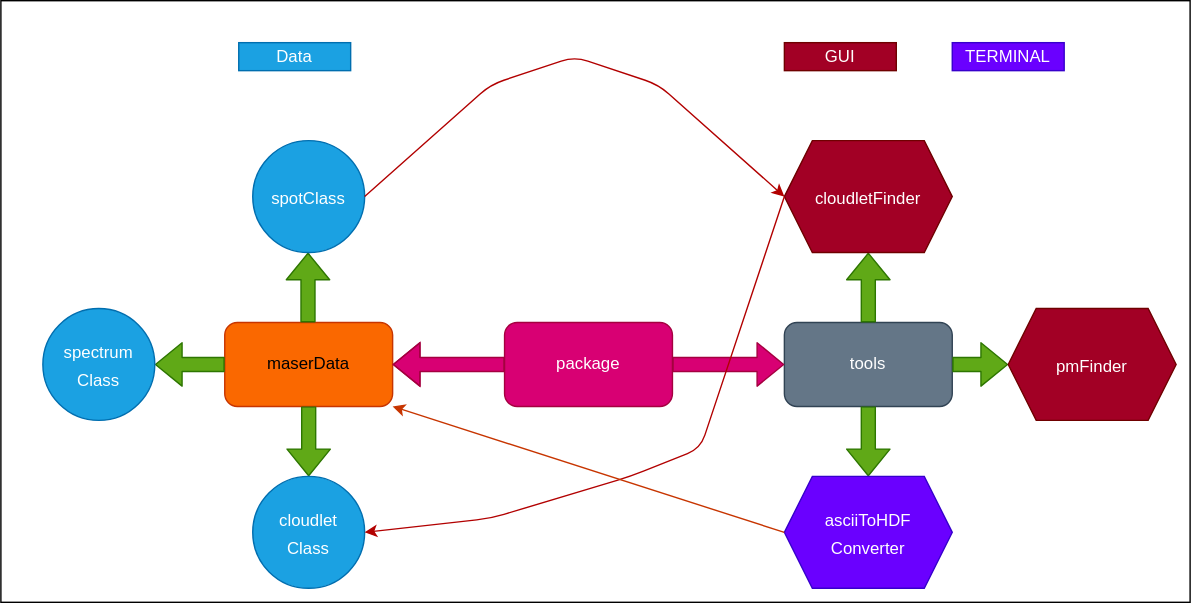
Before: diagram.drawio.svg, a diagram exported from draw.io (dachshund-ncu/maserVlbi). Source tidied: cells renumbered, new cells last; positions are measured from the earlier drawing's top-left corner, leaving out a move shared by most shapes.
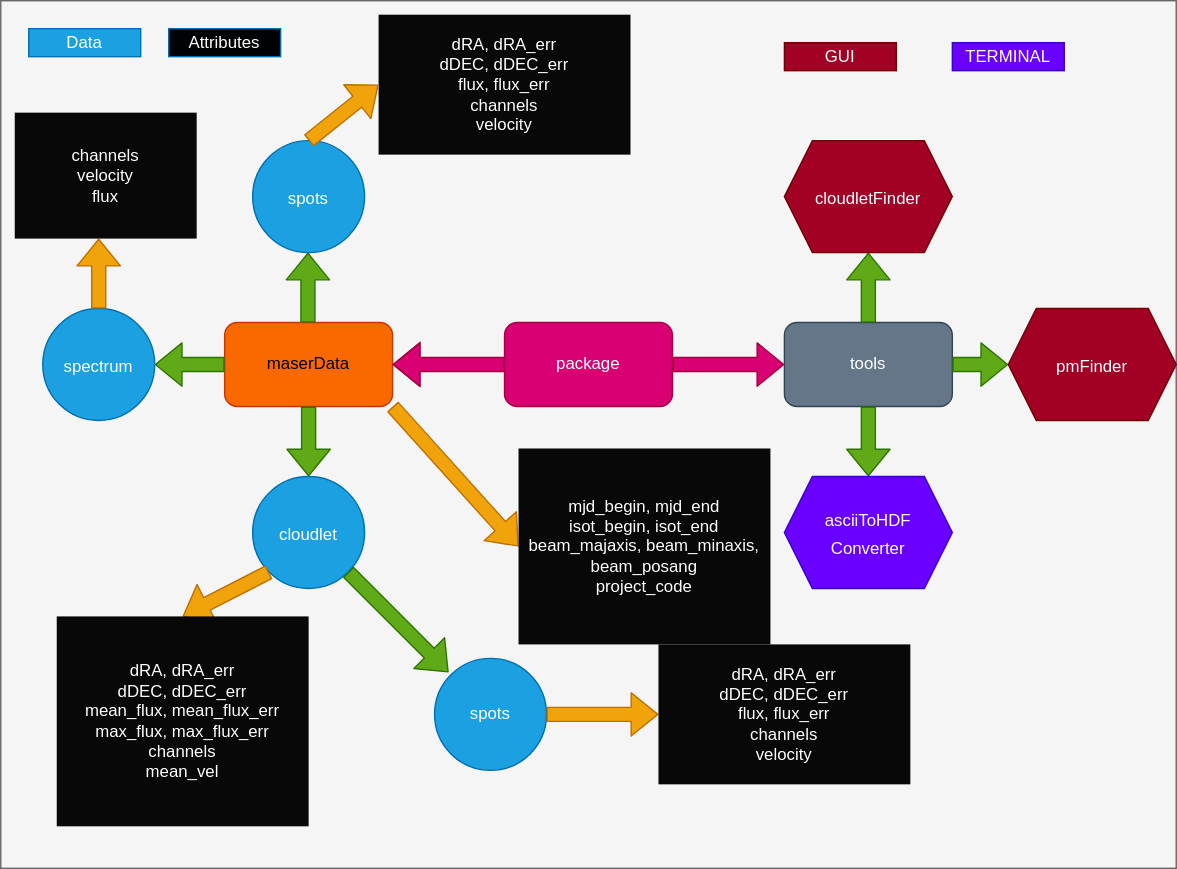
Later version of the same file.

The edit, as a diff of the source:
```diff
@@ -2,9 +2,9 @@
   <root>
     <mxCell id="0" />
     <mxCell id="1" parent="0" />
-    <mxCell id="2" style="rounded=0;whiteSpace=wrap;html=1;gradientColor=none;" parent="1" vertex="1">
-      <mxGeometry width="850" height="430" as="geometry" />
-    </mxCell>
+    <mxCell id="28" style="whiteSpace=wrap;html=1;fontSize=12;fontColor=#333333;fillColor=#f5f5f5;strokeColor=#666666;" parent="1" vertex="1">
+      <mxGeometry width="840" height="620" as="geometry" />
+    </mxCell>
     <mxCell id="3" value="&lt;font style=&quot;font-size: 12px&quot;&gt;package&lt;/font&gt;" style="rounded=1;whiteSpace=wrap;html=1;fillColor=#d80073;fontColor=#ffffff;strokeColor=#A50040;" parent="1" vertex="1">
       <mxGeometry x="360" y="230" width="120" height="60" as="geometry" />
     </mxCell>
@@ -36,7 +36,7 @@
     <mxCell id="10" style="shape=flexArrow;endArrow=classic;html=1;fontSize=16;exitX=1;exitY=0.5;exitDx=0;exitDy=0;entryX=0;entryY=0.5;entryDx=0;entryDy=0;fillColor=#d80073;strokeColor=#A50040;" parent="1" edge="1" source="3" target="7">
       <mxGeometry relative="1" as="geometry" />
     </mxCell>
-    <mxCell id="11" value="&lt;font style=&quot;font-size: 12px&quot;&gt;spotClass&lt;/font&gt;" style="ellipse;whiteSpace=wrap;html=1;fontSize=16;fillColor=#1ba1e2;fontColor=#ffffff;strokeColor=#006EAF;" parent="1" vertex="1">
+    <mxCell id="11" value="&lt;font style=&quot;font-size: 12px&quot;&gt;spots&lt;/font&gt;" style="ellipse;whiteSpace=wrap;html=1;fontSize=16;fillColor=#1ba1e2;fontColor=#ffffff;strokeColor=#006EAF;" parent="1" vertex="1">
       <mxGeometry x="180" y="100" width="80" height="80" as="geometry" />
     </mxCell>
     <mxCell id="12" style="shape=flexArrow;endArrow=classic;html=1;fontSize=16;exitX=0;exitY=0.5;exitDx=0;exitDy=0;fillColor=#60a917;strokeColor=#2D7600;" parent="1" edge="1" source="6">
@@ -44,13 +44,13 @@
         <mxPoint x="110" y="260" as="targetPoint" />
       </mxGeometry>
     </mxCell>
-    <mxCell id="13" value="&lt;font style=&quot;font-size: 12px&quot;&gt;spectrum&lt;br&gt;Class&lt;/font&gt;" style="ellipse;whiteSpace=wrap;html=1;fontSize=16;fillColor=#1ba1e2;fontColor=#ffffff;strokeColor=#006EAF;" parent="1" vertex="1">
+    <mxCell id="13" value="&lt;span style=&quot;font-size: 12px&quot;&gt;spectrum&lt;/span&gt;" style="ellipse;whiteSpace=wrap;html=1;fontSize=16;fillColor=#1ba1e2;fontColor=#ffffff;strokeColor=#006EAF;" parent="1" vertex="1">
       <mxGeometry x="30" y="220" width="80" height="80" as="geometry" />
     </mxCell>
     <mxCell id="14" style="shape=flexArrow;endArrow=classic;html=1;fontSize=16;exitX=0.5;exitY=1;exitDx=0;exitDy=0;fillColor=#60a917;strokeColor=#2D7600;" parent="1" edge="1" source="6" target="15">
       <mxGeometry relative="1" as="geometry" />
     </mxCell>
-    <mxCell id="15" value="&lt;font style=&quot;font-size: 12px&quot;&gt;cloudlet&lt;br&gt;Class&lt;/font&gt;" style="ellipse;whiteSpace=wrap;html=1;fontSize=16;fillColor=#1ba1e2;fontColor=#ffffff;strokeColor=#006EAF;" parent="1" vertex="1">
+    <mxCell id="15" value="&lt;span style=&quot;font-size: 12px&quot;&gt;cloudlet&lt;/span&gt;" style="ellipse;whiteSpace=wrap;html=1;fontSize=16;fillColor=#1ba1e2;fontColor=#ffffff;strokeColor=#006EAF;" parent="1" vertex="1">
       <mxGeometry x="180" y="340" width="80" height="80" as="geometry" />
     </mxCell>
     <mxCell id="16" style="shape=flexArrow;endArrow=classic;html=1;fontSize=16;exitX=0.5;exitY=0;exitDx=0;exitDy=0;fillColor=#60a917;strokeColor=#2D7600;" parent="1" edge="1" source="7" target="17">
@@ -80,28 +80,50 @@
       <mxGeometry x="680" y="30" width="80" height="20" as="geometry" />
     </mxCell>
     <mxCell id="24" value="Data" style="rounded=0;whiteSpace=wrap;html=1;fillColor=#1ba1e2;fontColor=#ffffff;strokeColor=#006EAF;" parent="1" vertex="1">
-      <mxGeometry x="170" y="30" width="80" height="20" as="geometry" />
+      <mxGeometry x="20" y="20" width="80" height="20" as="geometry" />
     </mxCell>
-    <mxCell id="25" style="endArrow=classic;html=1;fontSize=12;fillColor=#e51400;entryX=0;entryY=0.5;entryDx=0;entryDy=0;exitX=1;exitY=0.5;exitDx=0;exitDy=0;strokeColor=#B20000;" parent="1" edge="1" source="11" target="17">
-      <mxGeometry relative="1" as="geometry">
-        <Array as="points">
-          <mxPoint x="350" y="60" />
-          <mxPoint x="410" y="40" />
-          <mxPoint x="470" y="60" />
-        </Array>
-      </mxGeometry>
-    </mxCell>
-    <mxCell id="26" style="endArrow=classic;html=1;fontSize=12;fillColor=#e51400;exitX=0;exitY=0.5;exitDx=0;exitDy=0;entryX=1;entryY=0.5;entryDx=0;entryDy=0;strokeColor=#B20000;" parent="1" edge="1" source="17" target="15">
-      <mxGeometry relative="1" as="geometry">
-        <Array as="points">
-          <mxPoint x="500" y="320" />
-          <mxPoint x="450" y="340" />
-          <mxPoint x="350" y="370" />
-        </Array>
-      </mxGeometry>
-    </mxCell>
-    <mxCell id="27" style="endArrow=classic;html=1;fontSize=12;fillColor=#fa6800;exitX=0;exitY=0.5;exitDx=0;exitDy=0;entryX=1;entryY=1;entryDx=0;entryDy=0;strokeColor=#C73500;" parent="1" edge="1" source="19" target="6">
-      <mxGeometry relative="1" as="geometry" />
-    </mxCell>
+    <mxCell id="29" style="shape=flexArrow;endArrow=classic;html=1;exitX=1;exitY=1;exitDx=0;exitDy=0;fillColor=#60a917;strokeColor=#2D7600;" parent="1" edge="1" source="15">
+      <mxGeometry relative="1" as="geometry">
+        <mxPoint x="320" y="480" as="targetPoint" />
+      </mxGeometry>
+    </mxCell>
+    <mxCell id="30" value="spots" style="ellipse;whiteSpace=wrap;html=1;fillColor=#1ba1e2;fontColor=#ffffff;strokeColor=#006EAF;" parent="1" vertex="1">
+      <mxGeometry x="310" y="470" width="80" height="80" as="geometry" />
+    </mxCell>
+    <mxCell id="31" style="shape=flexArrow;endArrow=classic;html=1;exitX=0;exitY=1;exitDx=0;exitDy=0;fillColor=#f0a30a;strokeColor=#BD7000;entryX=0.5;entryY=0;entryDx=0;entryDy=0;" parent="1" edge="1" source="15" target="37">
+      <mxGeometry relative="1" as="geometry" />
+    </mxCell>
+    <mxCell id="32" value="&lt;span style=&quot;color: rgb(255 , 255 , 255)&quot;&gt;dRA, dRA_err&lt;/span&gt;&lt;br&gt;&lt;span style=&quot;color: rgb(255 , 255 , 255)&quot;&gt;dDEC, dDEC_err&lt;/span&gt;&lt;br&gt;&lt;span style=&quot;color: rgb(255 , 255 , 255)&quot;&gt;flux, flux_err&lt;/span&gt;&lt;br&gt;&lt;span style=&quot;color: rgb(255 , 255 , 255)&quot;&gt;channels&lt;/span&gt;&lt;br&gt;&lt;span style=&quot;color: rgb(255 , 255 , 255)&quot;&gt;velocity&lt;/span&gt;" style="rounded=0;whiteSpace=wrap;html=1;fillColor=#080808;strokeColor=none;align=center;" parent="1" vertex="1">
+      <mxGeometry x="270" y="10" width="180" height="100" as="geometry" />
+    </mxCell>
+    <mxCell id="33" style="shape=flexArrow;endArrow=classic;html=1;exitX=0.5;exitY=0;exitDx=0;exitDy=0;entryX=0;entryY=0.5;entryDx=0;entryDy=0;fillColor=#f0a30a;strokeColor=#BD7000;" parent="1" edge="1" source="11" target="32">
+      <mxGeometry relative="1" as="geometry" />
+    </mxCell>
+    <mxCell id="34" style="shape=flexArrow;endArrow=classic;html=1;exitX=0.5;exitY=0;exitDx=0;exitDy=0;fillColor=#f0a30a;strokeColor=#BD7000;" parent="1" edge="1" source="13">
+      <mxGeometry relative="1" as="geometry">
+        <mxPoint x="70" y="170" as="targetPoint" />
+      </mxGeometry>
+    </mxCell>
+    <mxCell id="35" value="&lt;span style=&quot;color: rgb(255 , 255 , 255)&quot;&gt;channels&lt;/span&gt;&lt;br&gt;&lt;span style=&quot;color: rgb(255 , 255 , 255)&quot;&gt;velocity&lt;/span&gt;&lt;br&gt;&lt;span style=&quot;color: rgb(255 , 255 , 255)&quot;&gt;flux&lt;/span&gt;" style="rounded=0;whiteSpace=wrap;html=1;fillColor=#080808;strokeColor=none;align=center;" parent="1" vertex="1">
+      <mxGeometry x="10" y="80" width="130" height="90" as="geometry" />
+    </mxCell>
+    <mxCell id="36" value="Attributes" style="rounded=0;whiteSpace=wrap;html=1;fillColor=#000203;fontColor=#ffffff;strokeColor=#006EAF;" parent="1" vertex="1">
+      <mxGeometry x="120" y="20" width="80" height="20" as="geometry" />
+    </mxCell>
+    <mxCell id="37" value="&lt;span style=&quot;color: rgb(255 , 255 , 255)&quot;&gt;dRA, dRA_err&lt;/span&gt;&lt;br&gt;&lt;span style=&quot;color: rgb(255 , 255 , 255)&quot;&gt;dDEC, dDEC_err&lt;/span&gt;&lt;br&gt;&lt;span style=&quot;color: rgb(255 , 255 , 255)&quot;&gt;mean_flux, mean_flux_err&lt;/span&gt;&lt;br&gt;&lt;span style=&quot;color: rgb(255 , 255 , 255)&quot;&gt;max_flux, max_flux_err&lt;/span&gt;&lt;br&gt;&lt;span style=&quot;color: rgb(255 , 255 , 255)&quot;&gt;channels&lt;/span&gt;&lt;br&gt;&lt;span style=&quot;color: rgb(255 , 255 , 255)&quot;&gt;mean_vel&lt;/span&gt;" style="rounded=0;whiteSpace=wrap;html=1;fillColor=#080808;strokeColor=none;align=center;" parent="1" vertex="1">
+      <mxGeometry x="40" y="440" width="180" height="150" as="geometry" />
+    </mxCell>
+    <mxCell id="38" style="shape=flexArrow;endArrow=classic;html=1;fontSize=12;exitX=1;exitY=1;exitDx=0;exitDy=0;fillColor=#f0a30a;strokeColor=#BD7000;entryX=0;entryY=0.5;entryDx=0;entryDy=0;" parent="1" edge="1" source="6" target="39">
+      <mxGeometry relative="1" as="geometry" />
+    </mxCell>
+    <mxCell id="39" value="&lt;span style=&quot;color: rgb(255 , 255 , 255)&quot;&gt;mjd_begin, mjd_end&lt;/span&gt;&lt;br&gt;&lt;span style=&quot;color: rgb(255 , 255 , 255)&quot;&gt;isot_begin, isot_end&lt;/span&gt;&lt;br&gt;&lt;span style=&quot;color: rgb(255 , 255 , 255)&quot;&gt;beam_majaxis, beam_minaxis, beam_posang&lt;/span&gt;&lt;br&gt;&lt;span style=&quot;color: rgb(255 , 255 , 255)&quot;&gt;project_code&lt;/span&gt;" style="rounded=0;whiteSpace=wrap;html=1;fillColor=#080808;strokeColor=none;align=center;" parent="1" vertex="1">
+      <mxGeometry x="370" y="320" width="180" height="140" as="geometry" />
+    </mxCell>
+    <mxCell id="40" style="shape=flexArrow;endArrow=classic;html=1;fontSize=12;exitX=1;exitY=0.5;exitDx=0;exitDy=0;fillColor=#f0a30a;strokeColor=#BD7000;entryX=0;entryY=0.5;entryDx=0;entryDy=0;" parent="1" edge="1" source="30" target="41">
+      <mxGeometry relative="1" as="geometry" />
+    </mxCell>
+    <mxCell id="41" value="&lt;span style=&quot;color: rgb(255 , 255 , 255)&quot;&gt;dRA, dRA_err&lt;/span&gt;&lt;br&gt;&lt;span style=&quot;color: rgb(255 , 255 , 255)&quot;&gt;dDEC, dDEC_err&lt;/span&gt;&lt;br&gt;&lt;span style=&quot;color: rgb(255 , 255 , 255)&quot;&gt;flux, flux_err&lt;/span&gt;&lt;br&gt;&lt;span style=&quot;color: rgb(255 , 255 , 255)&quot;&gt;channels&lt;/span&gt;&lt;br&gt;&lt;span style=&quot;color: rgb(255 , 255 , 255)&quot;&gt;velocity&lt;/span&gt;" style="rounded=0;whiteSpace=wrap;html=1;fillColor=#080808;strokeColor=none;align=center;" parent="1" vertex="1">
+      <mxGeometry x="470" y="460" width="180" height="100" as="geometry" />
+    </mxCell>
   </root>
 </mxGraphModel>
```
